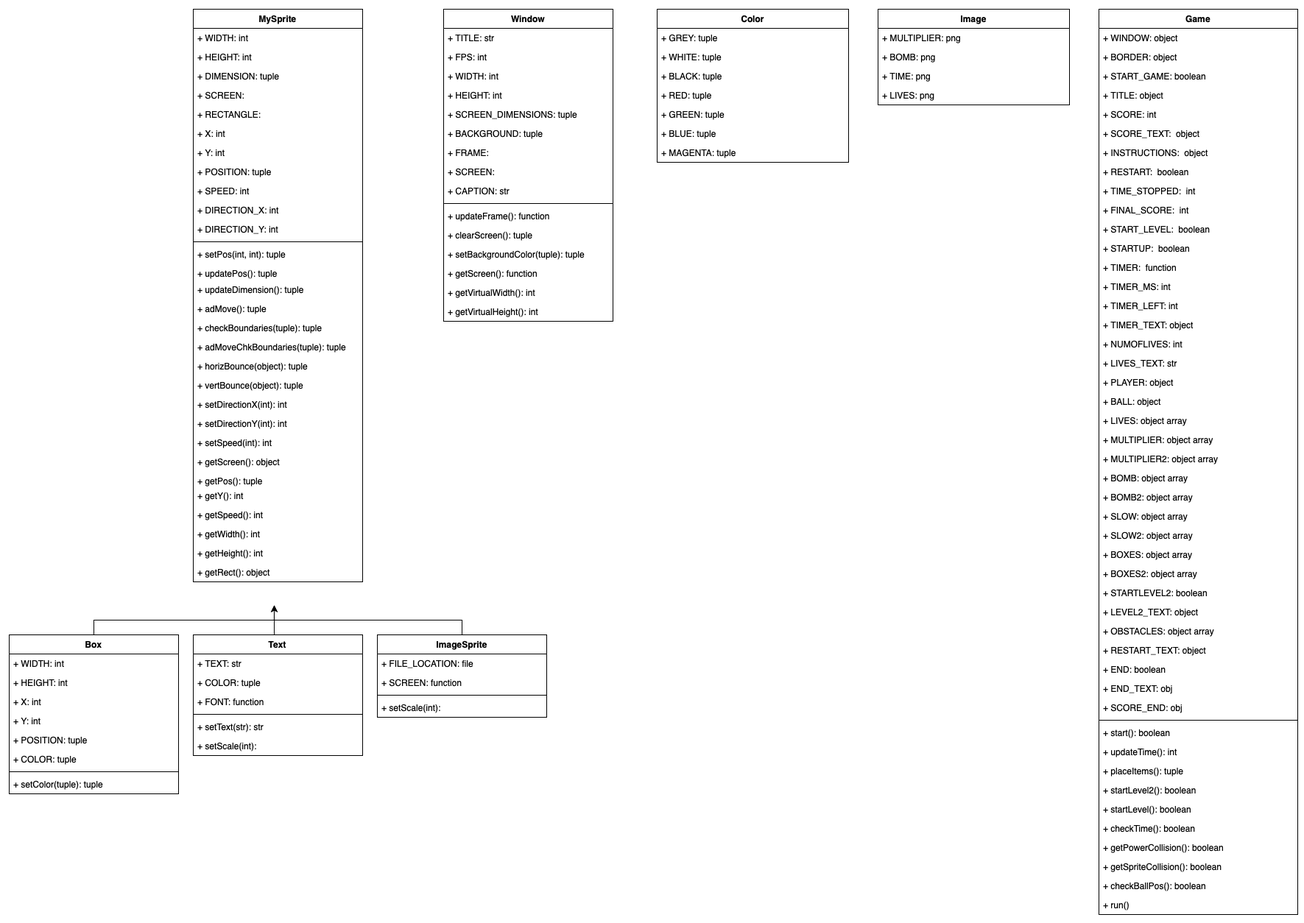
The draw.io diagram images/BrickBreakerUML.png in chelsea893/BrickBreaker, before a commit. Source tidied: cells renumbered, new cells last; positions are measured from the earlier drawing's top-left corner, leaving out a move shared by most shapes.
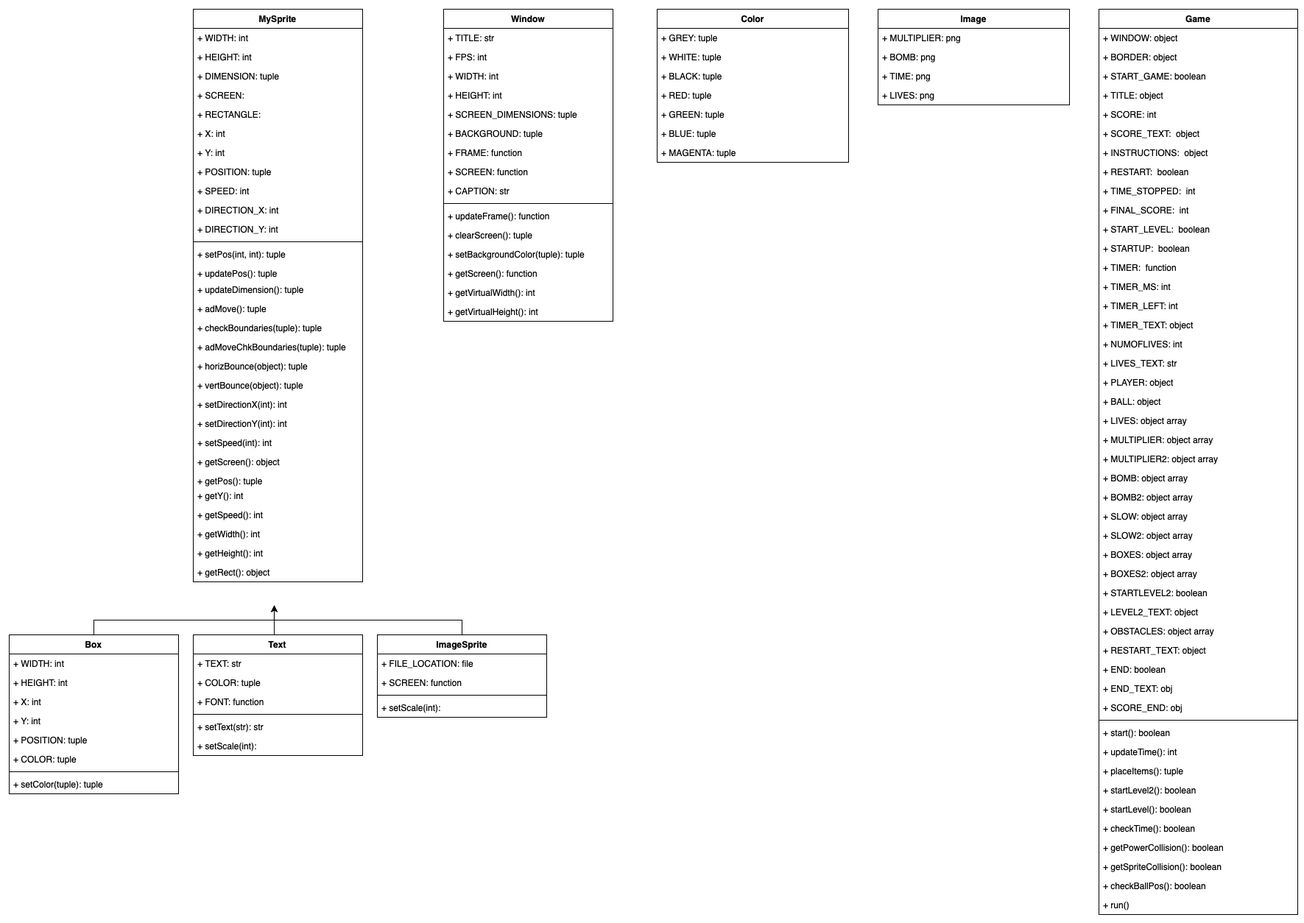
Above is the later version.

Change to the diagram source:
```diff
@@ -201,10 +201,10 @@
     <mxCell id="63" value="+ BACKGROUND: tuple" style="text;strokeColor=none;fillColor=none;align=left;verticalAlign=top;spacingLeft=4;spacingRight=4;overflow=hidden;" parent="57" vertex="1">
       <mxGeometry y="156" width="230" height="26" as="geometry" />
     </mxCell>
-    <mxCell id="64" value="+ FRAME: " style="text;strokeColor=none;fillColor=none;align=left;verticalAlign=top;spacingLeft=4;spacingRight=4;overflow=hidden;" parent="57" vertex="1">
+    <mxCell id="64" value="+ FRAME: function " style="text;strokeColor=none;fillColor=none;align=left;verticalAlign=top;spacingLeft=4;spacingRight=4;overflow=hidden;" parent="57" vertex="1">
       <mxGeometry y="182" width="230" height="26" as="geometry" />
     </mxCell>
-    <mxCell id="65" value="+ SCREEN: " style="text;strokeColor=none;fillColor=none;align=left;verticalAlign=top;spacingLeft=4;spacingRight=4;overflow=hidden;" parent="57" vertex="1">
+    <mxCell id="65" value="+ SCREEN: function " style="text;strokeColor=none;fillColor=none;align=left;verticalAlign=top;spacingLeft=4;spacingRight=4;overflow=hidden;" parent="57" vertex="1">
       <mxGeometry y="208" width="230" height="26" as="geometry" />
     </mxCell>
     <mxCell id="66" value="+ CAPTION: str " style="text;strokeColor=none;fillColor=none;align=left;verticalAlign=top;spacingLeft=4;spacingRight=4;overflow=hidden;" parent="57" vertex="1">
```
